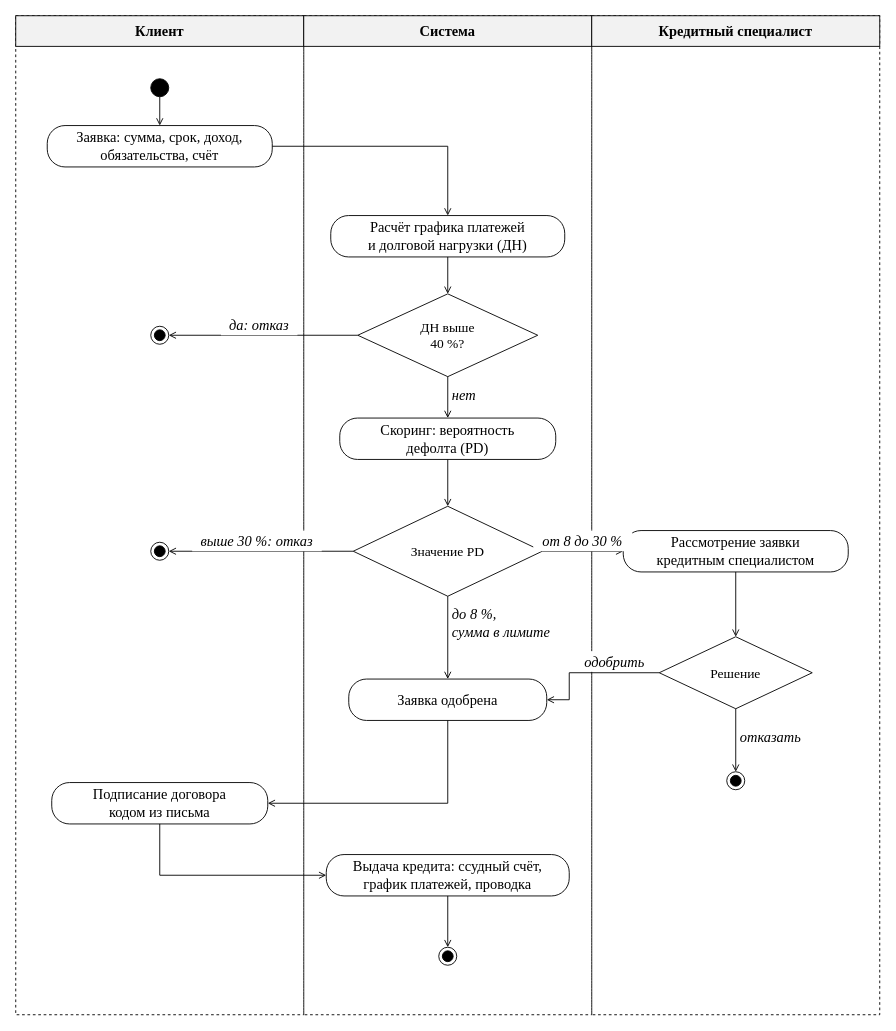
The draw.io diagram page "Оформление кредита" (3 of 6) of docs/diagrams/views.drawio in vladmeshkov/js-course-work, before the edit. Source tidied: cells renumbered, new cells numbered last; positions are measured from the earlier drawing's top-left corner, leaving out a move shared by most shapes. Both pictures are drawn from the tidied source at 90%, with x=0, y=0 at pixel (15, 15).
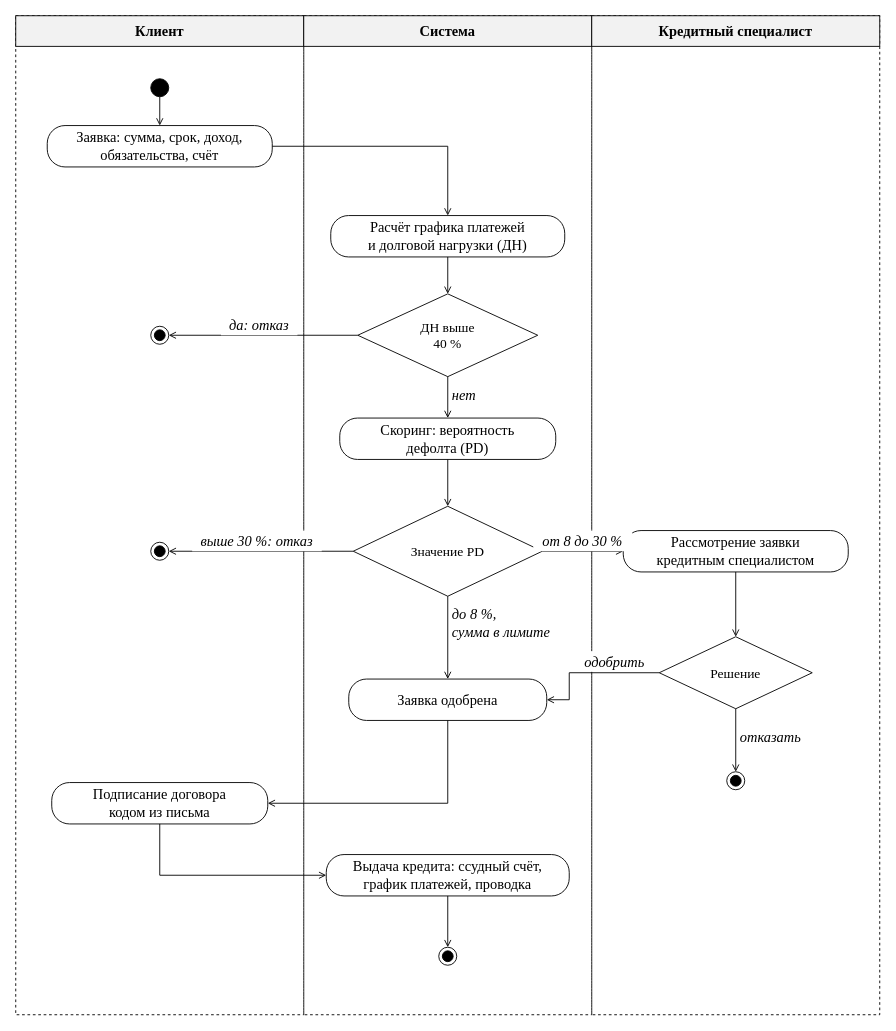
The same diagram, later.

What changed in the source:
```diff
@@
-    <mxCell id="11" value="ДН выше&lt;br&gt;40 %?" style="html=1;whiteSpace=wrap;fontFamily=Times New Roman;fontSize=15;rhombus;fillColor=#fff;strokeColor=#000;" parent="1" vertex="1">
+    <mxCell id="11" value="ДН выше&lt;br&gt;40 %" style="html=1;whiteSpace=wrap;fontFamily=Times New Roman;fontSize=15;rhombus;fillColor=#fff;strokeColor=#000;" parent="1" vertex="1">
       <mxGeometry x="380" y="309" width="200" height="92" as="geometry" />
     </mxCell>
```
